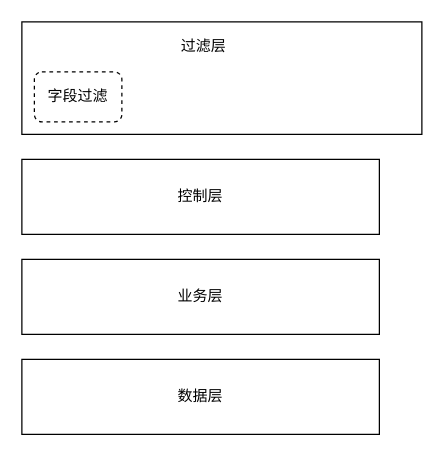
Above: rongda-dep/牙管家-数据权限-字段过滤.drawio in cherishsince/diagrams.net (draw.io), before the change. Source tidied: cells renumbered, new cells numbered last; positions are measured from the earlier drawing's top-left corner, leaving out a move shared by most shapes. Both pictures are drawn from the tidied source at 125%, with x=0, y=0 at pixel (21, 21).
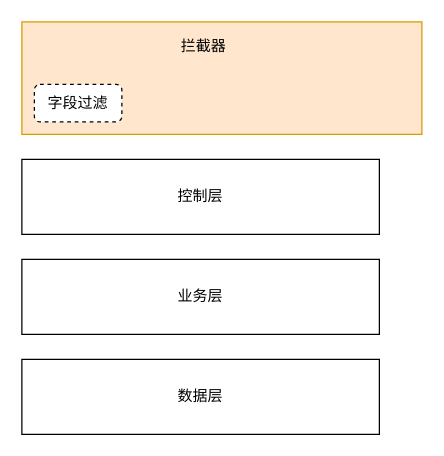
After the change.

Commit message (it also covers changes not shown here):
更新牙管家-数据权限-字段过滤.drawio

Change to the diagram source:
```diff
@@
 <mxGraphModel>
   <root>
     <mxCell id="0" />
     <mxCell id="1" parent="0" />
     <mxCell id="2" value="控制层" style="rounded=0;whiteSpace=wrap;html=1;" parent="1" vertex="1">
       <mxGeometry y="110" width="286" height="60" as="geometry" />
     </mxCell>
     <mxCell id="3" value="业务层" style="rounded=0;whiteSpace=wrap;html=1;" parent="1" vertex="1">
       <mxGeometry y="190" width="286" height="60" as="geometry" />
     </mxCell>
     <mxCell id="4" value="数据层" style="rounded=0;whiteSpace=wrap;html=1;" parent="1" vertex="1">
       <mxGeometry y="270" width="286" height="60" as="geometry" />
     </mxCell>
-    <mxCell id="5" style="rounded=0;whiteSpace=wrap;html=1;" parent="1" vertex="1">
+    <mxCell id="5" style="rounded=0;whiteSpace=wrap;html=1;fillColor=#ffe6cc;strokeColor=#d79b00;" parent="1" vertex="1">
       <mxGeometry width="320" height="90" as="geometry" />
     </mxCell>
     <mxCell id="6" value="字段过滤" style="rounded=1;whiteSpace=wrap;html=1;dashed=1;" parent="1" vertex="1">
-      <mxGeometry x="10" y="40" width="70" height="40" as="geometry" />
+      <mxGeometry x="10" y="50" width="70" height="30" as="geometry" />
     </mxCell>
-    <mxCell id="7" value="过滤层" style="text;html=1;align=center;verticalAlign=middle;strokeColor=none;" parent="1" vertex="1">
+    <mxCell id="7" value="拦截器" style="text;html=1;align=center;verticalAlign=middle;strokeColor=none;" parent="1" vertex="1">
       <mxGeometry x="120" y="10" width="50" height="20" as="geometry" />
     </mxCell>
   </root>
 </mxGraphModel>
```
